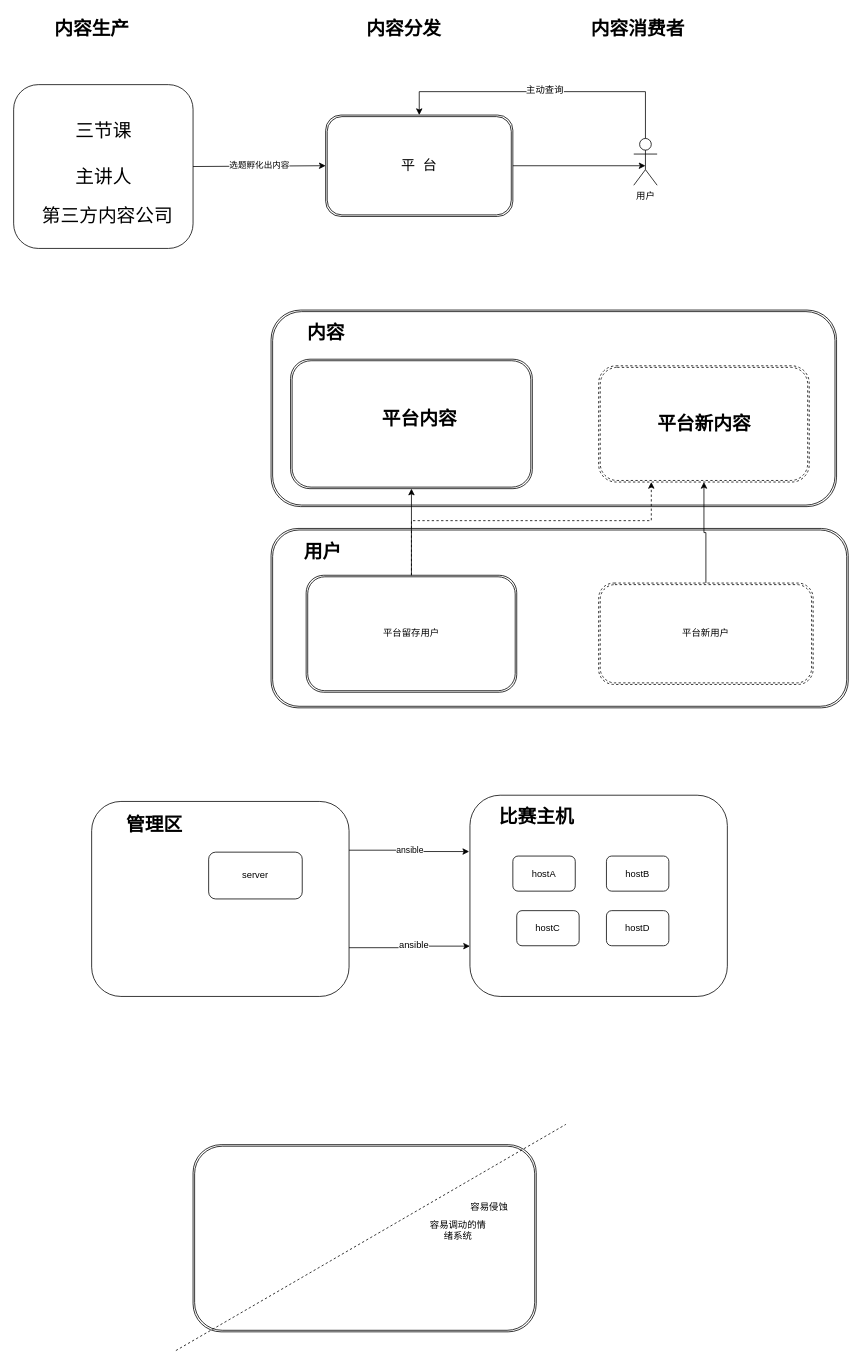
Above: page 7 of 7 of snail_process.drawio in cpu6660/knight (draw.io), before the change. Source tidied: cells renumbered, new cells numbered last; positions are measured from the earlier drawing's top-left corner, leaving out a move shared by most shapes. Both pictures are drawn from the tidied source at 78%, with x=0, y=0 at pixel (13, 13).
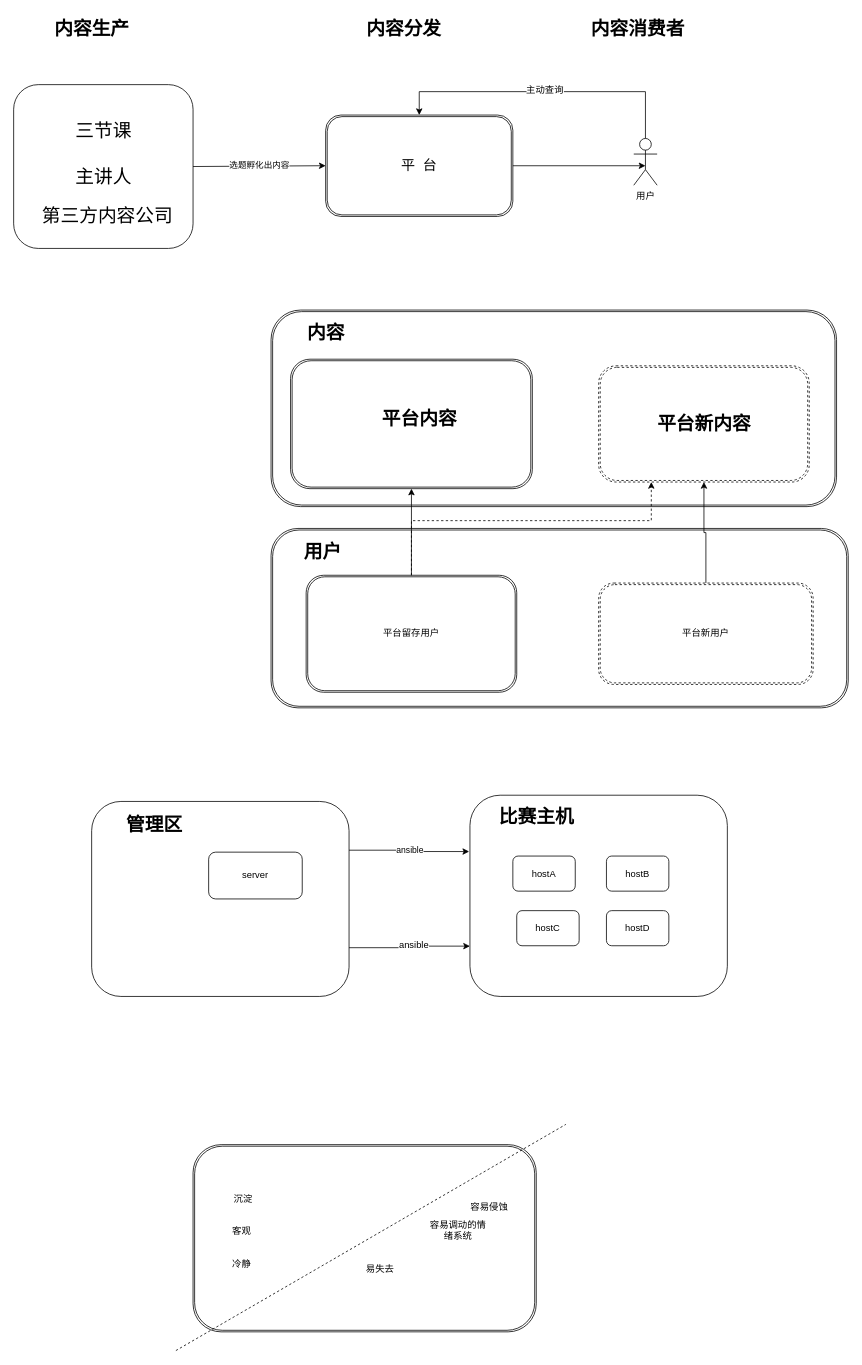
After the change.

Diff of the diagram source:
```diff
@@
+    <mxCell id="45" value="冷静" style="text;html=1;strokeColor=none;fillColor=none;align=center;verticalAlign=middle;whiteSpace=wrap;rounded=0;" parent="1" vertex="1">
+      <mxGeometry x="255" y="1594" width="75" height="20" as="geometry" />
+    </mxCell>
+    <mxCell id="46" value="客观" style="text;html=1;strokeColor=none;fillColor=none;align=center;verticalAlign=middle;whiteSpace=wrap;rounded=0;" parent="1" vertex="1">
+      <mxGeometry x="255" y="1551" width="75" height="20" as="geometry" />
+    </mxCell>
+    <mxCell id="47" value="沉淀" style="text;html=1;strokeColor=none;fillColor=none;align=center;verticalAlign=middle;whiteSpace=wrap;rounded=0;" parent="1" vertex="1">
+      <mxGeometry x="257" y="1510" width="75" height="20" as="geometry" />
+    </mxCell>
+    <mxCell id="48" value="易失去" style="text;html=1;strokeColor=none;fillColor=none;align=center;verticalAlign=middle;whiteSpace=wrap;rounded=0;" parent="1" vertex="1">
+      <mxGeometry x="430" y="1600" width="80" height="20" as="geometry" />
+    </mxCell>
```
